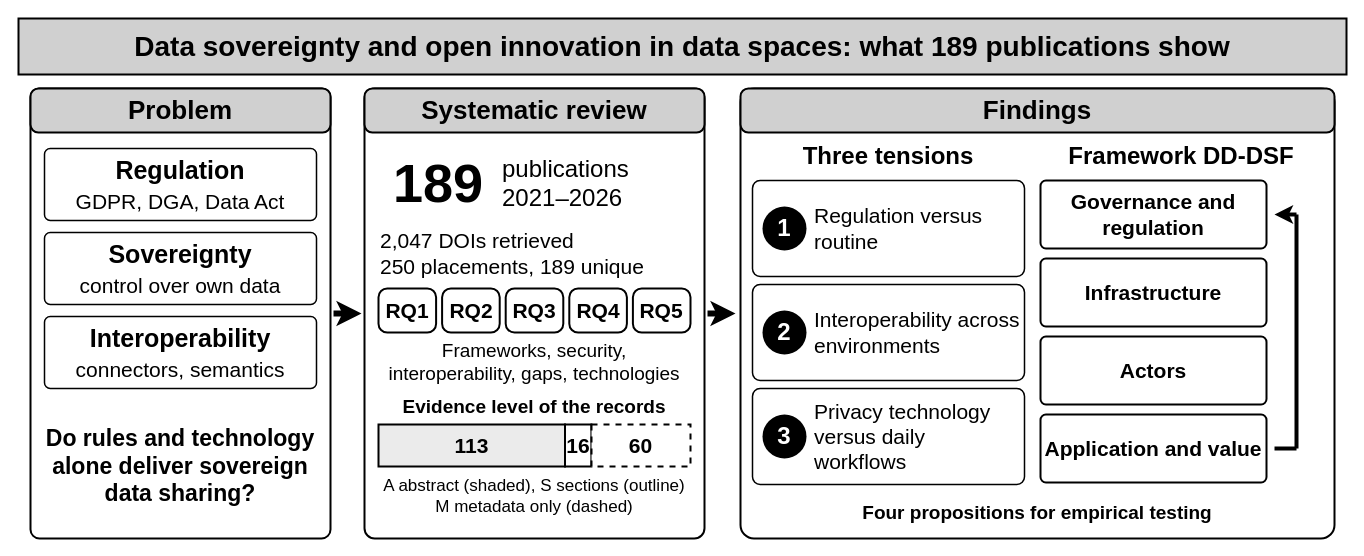
Above: figures/graphical_abstract.drawio in egagraha/slr-dataspace (draw.io), before the change. Source tidied: cells renumbered, new cells numbered last; positions are measured from the earlier drawing's top-left corner, leaving out a move shared by most shapes. Both pictures are drawn from the tidied source at 100%, with x=0, y=0 at pixel (18, 18).
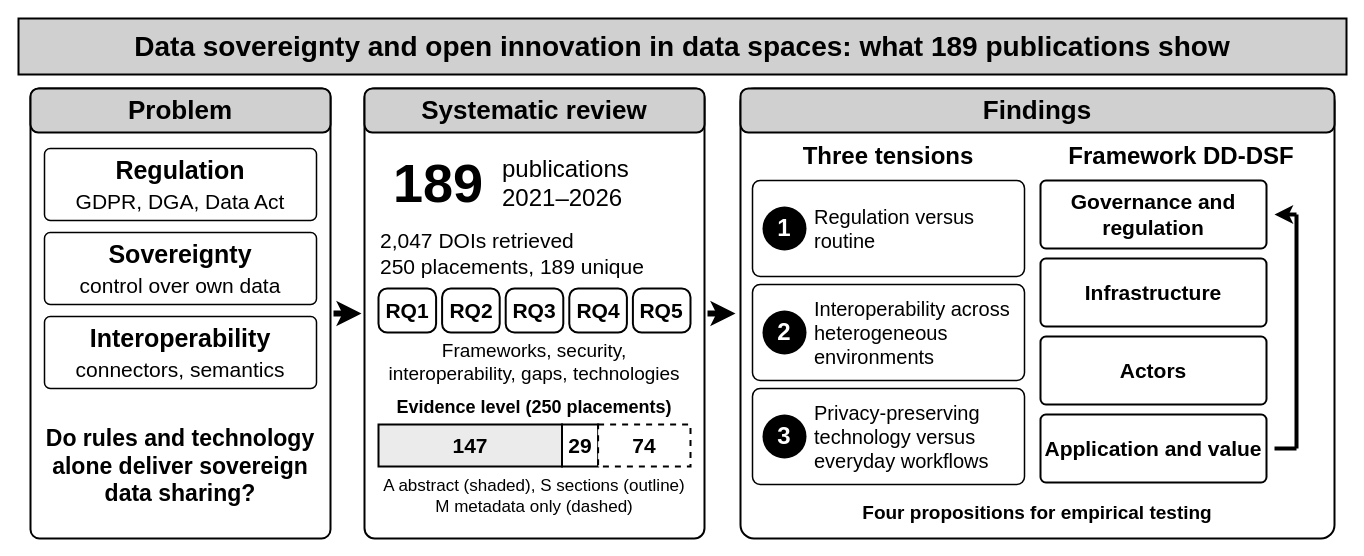
The same page after the edit.

Diff of the diagram source:
```diff
@@
-    <mxCell id="21" value="Evidence level of the records" style="rounded=0;whiteSpace=wrap;html=1;fillColor=none;strokeColor=none;strokeWidth=1;fontFamily=Helvetica;fontSize=19;fontColor=#000000;fontStyle=1;align=center;verticalAlign=middle;dashed=0;" parent="1" vertex="1">
+    <mxCell id="21" value="Evidence level (250 placements)" style="rounded=0;whiteSpace=wrap;html=1;fillColor=none;strokeColor=none;strokeWidth=1;fontFamily=Helvetica;fontSize=18;fontColor=#000000;fontStyle=1;align=center;verticalAlign=middle;dashed=0;" parent="1" vertex="1">
       <mxGeometry x="360" y="376" width="312" height="26" as="geometry" />
     </mxCell>
-    <mxCell id="22" value="113" style="rounded=0;whiteSpace=wrap;html=1;fillColor=#EBEBEB;strokeColor=#000000;strokeWidth=2;fontFamily=Helvetica;fontSize=21;fontColor=#000000;fontStyle=1;align=center;verticalAlign=middle;dashed=0;" parent="1" vertex="1">
-      <mxGeometry x="360" y="406" width="186.5" height="42" as="geometry" />
+    <mxCell id="22" value="147" style="rounded=0;whiteSpace=wrap;html=1;fillColor=#EBEBEB;strokeColor=#000000;strokeWidth=2;fontFamily=Helvetica;fontSize=21;fontColor=#000000;fontStyle=1;align=center;verticalAlign=middle;dashed=0;" parent="1" vertex="1">
+      <mxGeometry x="360" y="406" width="183.5" height="42" as="geometry" />
     </mxCell>
-    <mxCell id="23" value="16" style="rounded=0;whiteSpace=wrap;html=1;fillColor=#ffffff;strokeColor=#000000;strokeWidth=2;fontFamily=Helvetica;fontSize=21;fontColor=#000000;fontStyle=1;align=center;verticalAlign=middle;dashed=0;" parent="1" vertex="1">
-      <mxGeometry x="546.5" y="406" width="26.4" height="42" as="geometry" />
+    <mxCell id="23" value="29" style="rounded=0;whiteSpace=wrap;html=1;fillColor=#ffffff;strokeColor=#000000;strokeWidth=2;fontFamily=Helvetica;fontSize=21;fontColor=#000000;fontStyle=1;align=center;verticalAlign=middle;dashed=0;" parent="1" vertex="1">
+      <mxGeometry x="543.5" y="406" width="36.2" height="42" as="geometry" />
     </mxCell>
-    <mxCell id="24" value="60" style="rounded=0;whiteSpace=wrap;html=1;fillColor=#ffffff;strokeColor=#000000;strokeWidth=2;fontFamily=Helvetica;fontSize=21;fontColor=#000000;fontStyle=1;align=center;verticalAlign=middle;dashed=1;" parent="1" vertex="1">
-      <mxGeometry x="573" y="406" width="99" height="42" as="geometry" />
+    <mxCell id="24" value="74" style="rounded=0;whiteSpace=wrap;html=1;fillColor=#ffffff;strokeColor=#000000;strokeWidth=2;fontFamily=Helvetica;fontSize=21;fontColor=#000000;fontStyle=1;align=center;verticalAlign=middle;dashed=1;" parent="1" vertex="1">
+      <mxGeometry x="579.6" y="406" width="92.4" height="42" as="geometry" />
     </mxCell>
@@
-    <mxCell id="32" value="Regulation versus routine" style="rounded=0;whiteSpace=wrap;html=1;fillColor=none;strokeColor=none;strokeWidth=1;fontFamily=Helvetica;fontSize=21;fontColor=#000000;fontStyle=0;align=left;verticalAlign=middle;dashed=0;" parent="1" vertex="1">
+    <mxCell id="32" value="Regulation versus routine" style="rounded=0;whiteSpace=wrap;html=1;fillColor=none;strokeColor=none;strokeWidth=1;fontFamily=Helvetica;fontSize=20;fontColor=#000000;fontStyle=0;align=left;verticalAlign=middle;dashed=0;" parent="1" vertex="1">
       <mxGeometry x="794" y="164" width="208" height="92" as="geometry" />
     </mxCell>
@@
-    <mxCell id="35" value="Interoperability across environments" style="rounded=0;whiteSpace=wrap;html=1;fillColor=none;strokeColor=none;strokeWidth=1;fontFamily=Helvetica;fontSize=21;fontColor=#000000;fontStyle=0;align=left;verticalAlign=middle;dashed=0;" parent="1" vertex="1">
+    <mxCell id="35" value="Interoperability across heterogeneous environments" style="rounded=0;whiteSpace=wrap;html=1;fillColor=none;strokeColor=none;strokeWidth=1;fontFamily=Helvetica;fontSize=20;fontColor=#000000;fontStyle=0;align=left;verticalAlign=middle;dashed=0;" parent="1" vertex="1">
       <mxGeometry x="794" y="268" width="208" height="92" as="geometry" />
     </mxCell>
@@
-    <mxCell id="38" value="Privacy technology versus daily workflows" style="rounded=0;whiteSpace=wrap;html=1;fillColor=none;strokeColor=none;strokeWidth=1;fontFamily=Helvetica;fontSize=21;fontColor=#000000;fontStyle=0;align=left;verticalAlign=middle;dashed=0;" parent="1" vertex="1">
+    <mxCell id="38" value="Privacy-preserving technology versus everyday workflows" style="rounded=0;whiteSpace=wrap;html=1;fillColor=none;strokeColor=none;strokeWidth=1;fontFamily=Helvetica;fontSize=20;fontColor=#000000;fontStyle=0;align=left;verticalAlign=middle;dashed=0;" parent="1" vertex="1">
       <mxGeometry x="794" y="372" width="208" height="92" as="geometry" />
     </mxCell>
```
